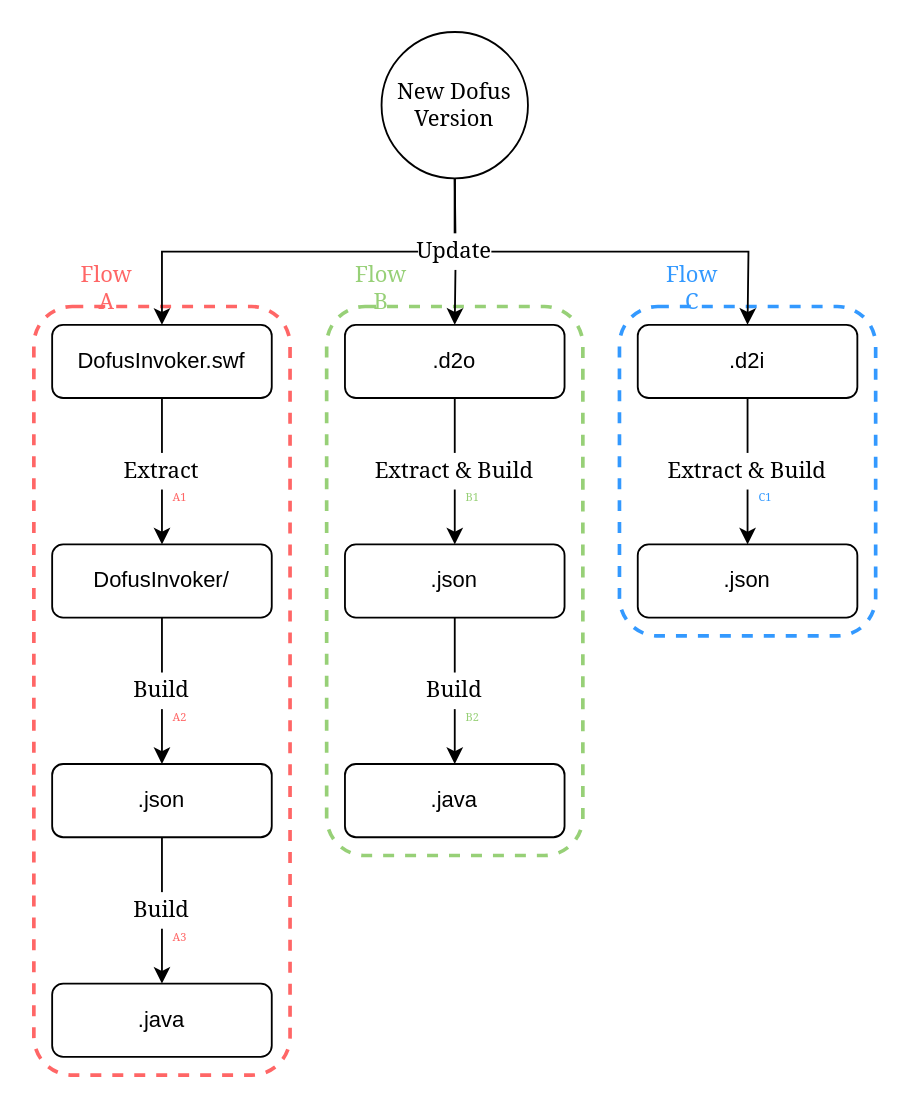
The draw.io diagram images/Flows.drawio in bot4dofus/Datafus, before the edit. Source tidied: cells renumbered, new cells numbered last; positions are measured from the earlier drawing's top-left corner, leaving out a move shared by most shapes. Both pictures are drawn from the tidied source at 183%, with x=0, y=0 at pixel (33, 31).
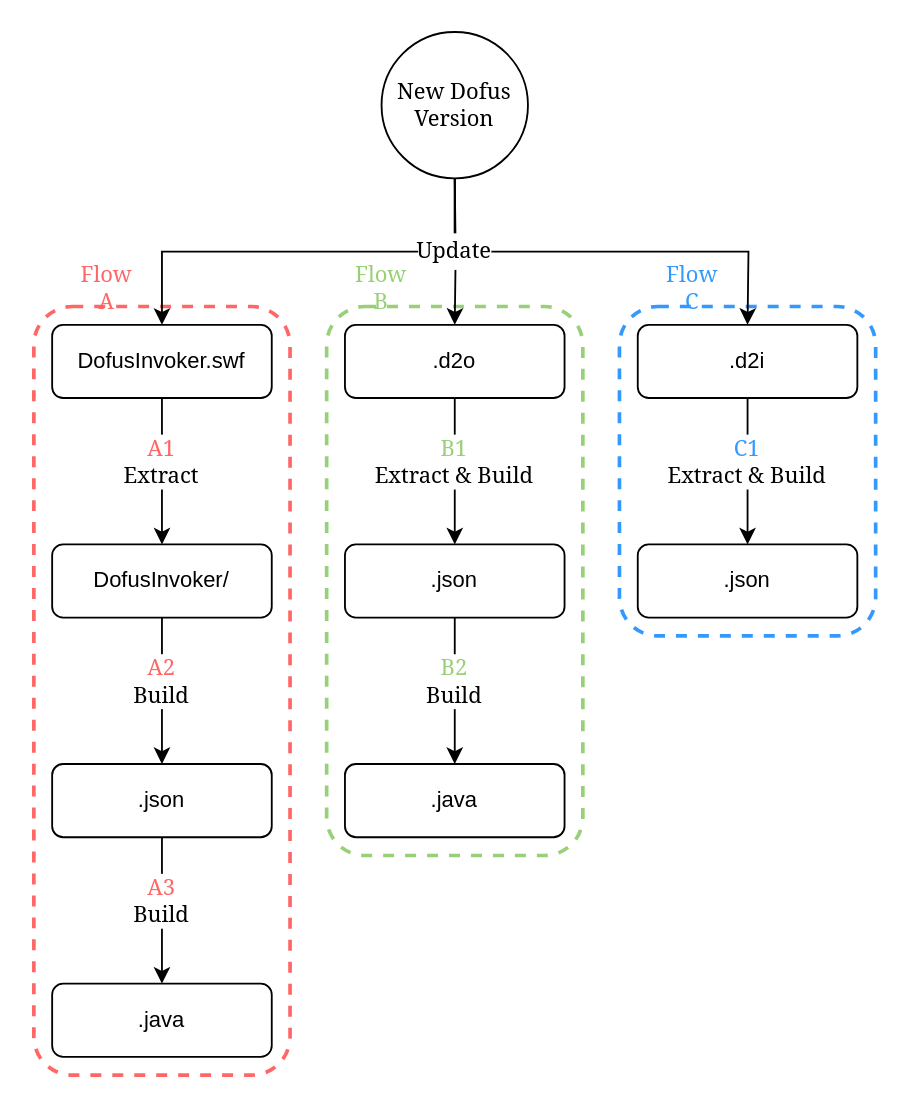
Above is the later version.

What changed in the source:
```diff
@@
-    <mxCell id="24" value="A1" style="text;html=1;strokeColor=none;align=center;verticalAlign=middle;whiteSpace=wrap;rounded=0;dashed=1;fontFamily=Georgia;spacing=0;fontSize=6;fontColor=#FF6666;" parent="1" vertex="1">
-      <mxGeometry x="70" y="250" width="20" height="10" as="geometry" />
+    <mxCell id="24" value="&lt;div style=&quot;font-size: 12px&quot;&gt;&lt;font style=&quot;font-size: 12px&quot;&gt;A1&lt;/font&gt;&lt;/div&gt;&lt;div style=&quot;font-size: 12px&quot;&gt;&lt;font style=&quot;font-size: 12px&quot;&gt;&lt;font style=&quot;font-size: 12px&quot; color=&quot;#000000&quot;&gt;Extract&lt;/font&gt;&lt;br&gt;&lt;/font&gt;&lt;/div&gt;" style="text;html=1;strokeColor=none;align=center;verticalAlign=middle;whiteSpace=wrap;rounded=0;dashed=1;fontFamily=Georgia;spacing=0;fontSize=11;fontColor=#FF6666;labelBackgroundColor=none;fillColor=default;" parent="1" vertex="1">
+      <mxGeometry x="50" y="220" width="40" height="30" as="geometry" />
     </mxCell>
-    <mxCell id="25" value="Build" style="text;html=1;strokeColor=none;align=center;verticalAlign=middle;whiteSpace=wrap;rounded=0;dashed=1;fontFamily=Georgia;fillColor=#FFFFFF;" parent="1" vertex="1">
-      <mxGeometry x="50" y="470" width="40" height="20" as="geometry" />
+    <mxCell id="25" value="&lt;div&gt;&lt;font color=&quot;#FF6666&quot;&gt;A3&lt;/font&gt;&lt;br&gt;&lt;/div&gt;&lt;div&gt;Build&lt;/div&gt;" style="text;html=1;strokeColor=none;align=center;verticalAlign=middle;whiteSpace=wrap;rounded=0;dashed=1;fontFamily=Georgia;fillColor=#FFFFFF;" parent="1" vertex="1">
+      <mxGeometry x="50" y="460" width="40" height="30" as="geometry" />
     </mxCell>
-    <mxCell id="26" value="Build" style="text;html=1;strokeColor=none;align=center;verticalAlign=middle;whiteSpace=wrap;rounded=0;dashed=1;fontFamily=Georgia;fillColor=#FFFFFF;" parent="1" vertex="1">
-      <mxGeometry x="50" y="350" width="40" height="20" as="geometry" />
+    <mxCell id="26" value="&lt;div&gt;&lt;font color=&quot;#FF6666&quot;&gt;A2&lt;/font&gt;&lt;br&gt;&lt;/div&gt;&lt;div&gt;Build&lt;/div&gt;" style="text;html=1;strokeColor=none;align=center;verticalAlign=middle;whiteSpace=wrap;rounded=0;dashed=1;fontFamily=Georgia;fillColor=#FFFFFF;" parent="1" vertex="1">
+      <mxGeometry x="50" y="340" width="40" height="30" as="geometry" />
     </mxCell>
-    <mxCell id="27" value="Build" style="text;html=1;strokeColor=none;align=center;verticalAlign=middle;whiteSpace=wrap;rounded=0;dashed=1;fontFamily=Georgia;fillColor=#FFFFFF;" parent="1" vertex="1">
-      <mxGeometry x="210" y="350" width="40" height="20" as="geometry" />
+    <mxCell id="27" value="&lt;div&gt;&lt;font color=&quot;#97D077&quot;&gt;B2&lt;/font&gt;&lt;br&gt;&lt;/div&gt;&lt;div&gt;Build&lt;/div&gt;" style="text;html=1;strokeColor=none;align=center;verticalAlign=middle;whiteSpace=wrap;rounded=0;dashed=1;fontFamily=Georgia;fillColor=#FFFFFF;" parent="1" vertex="1">
+      <mxGeometry x="210" y="340" width="40" height="30" as="geometry" />
     </mxCell>
-    <mxCell id="28" value="Extract &amp;amp; Build" style="text;html=1;strokeColor=none;align=center;verticalAlign=middle;whiteSpace=wrap;rounded=0;dashed=1;fontFamily=Georgia;fillColor=#FFFFFF;" parent="1" vertex="1">
-      <mxGeometry x="170" y="230" width="120" height="20" as="geometry" />
+    <mxCell id="28" value="&lt;div&gt;&lt;font color=&quot;#97D077&quot;&gt;B1&lt;/font&gt;&lt;br&gt;&lt;/div&gt;&lt;div&gt;Extract &amp;amp; Build&lt;/div&gt;" style="text;html=1;strokeColor=none;align=center;verticalAlign=middle;whiteSpace=wrap;rounded=0;dashed=1;fontFamily=Georgia;fillColor=#FFFFFF;" parent="1" vertex="1">
+      <mxGeometry x="170" y="220" width="120" height="30" as="geometry" />
     </mxCell>
-    <mxCell id="29" value="Extract &amp;amp; Build" style="text;html=1;strokeColor=none;align=center;verticalAlign=middle;whiteSpace=wrap;rounded=0;dashed=1;fontFamily=Georgia;fillColor=#FFFFFF;" parent="1" vertex="1">
-      <mxGeometry x="330" y="230" width="120" height="20" as="geometry" />
+    <mxCell id="29" value="&lt;div&gt;&lt;font color=&quot;#3399FF&quot;&gt;C1&lt;/font&gt;&lt;br&gt;&lt;/div&gt;&lt;div&gt;Extract &amp;amp; Build&lt;/div&gt;" style="text;html=1;strokeColor=none;align=center;verticalAlign=middle;whiteSpace=wrap;rounded=0;dashed=1;fontFamily=Georgia;fillColor=#FFFFFF;" parent="1" vertex="1">
+      <mxGeometry x="330" y="220" width="120" height="30" as="geometry" />
     </mxCell>
@@
-    <mxCell id="31" value="&lt;font&gt;Extract&lt;/font&gt;" style="text;html=1;strokeColor=none;align=center;verticalAlign=middle;whiteSpace=wrap;rounded=0;dashed=1;fontFamily=Georgia;fillColor=#FFFFFF;" parent="1" vertex="1">
-      <mxGeometry x="50" y="230" width="40" height="20" as="geometry" />
-    </mxCell>
-    <mxCell id="32" value="A2" style="text;html=1;strokeColor=none;align=center;verticalAlign=middle;whiteSpace=wrap;rounded=0;dashed=1;fontFamily=Georgia;spacing=0;fontSize=6;fontColor=#FF6666;" parent="1" vertex="1">
-      <mxGeometry x="70" y="370" width="20" height="10" as="geometry" />
-    </mxCell>
-    <mxCell id="33" value="B2" style="text;html=1;strokeColor=none;align=center;verticalAlign=middle;whiteSpace=wrap;rounded=0;dashed=1;fontFamily=Georgia;spacing=0;fontSize=6;fontColor=#97D077;" parent="1" vertex="1">
-      <mxGeometry x="230" y="370" width="20" height="10" as="geometry" />
-    </mxCell>
-    <mxCell id="34" value="A3" style="text;html=1;strokeColor=none;align=center;verticalAlign=middle;whiteSpace=wrap;rounded=0;dashed=1;fontFamily=Georgia;spacing=0;fontSize=6;fontColor=#FF6666;" parent="1" vertex="1">
-      <mxGeometry x="70" y="490" width="20" height="10" as="geometry" />
-    </mxCell>
-    <mxCell id="35" value="C1" style="text;html=1;strokeColor=none;align=center;verticalAlign=middle;whiteSpace=wrap;rounded=0;dashed=1;fontFamily=Georgia;spacing=0;fontSize=6;fontColor=#3399FF;" parent="1" vertex="1">
-      <mxGeometry x="390" y="250" width="20" height="10" as="geometry" />
-    </mxCell>
-    <mxCell id="36" value="B1" style="text;html=1;strokeColor=none;align=center;verticalAlign=middle;whiteSpace=wrap;rounded=0;dashed=1;fontFamily=Georgia;spacing=0;fontSize=6;fontColor=#97D077;" parent="1" vertex="1">
-      <mxGeometry x="230" y="250" width="20" height="10" as="geometry" />
-    </mxCell>
```
